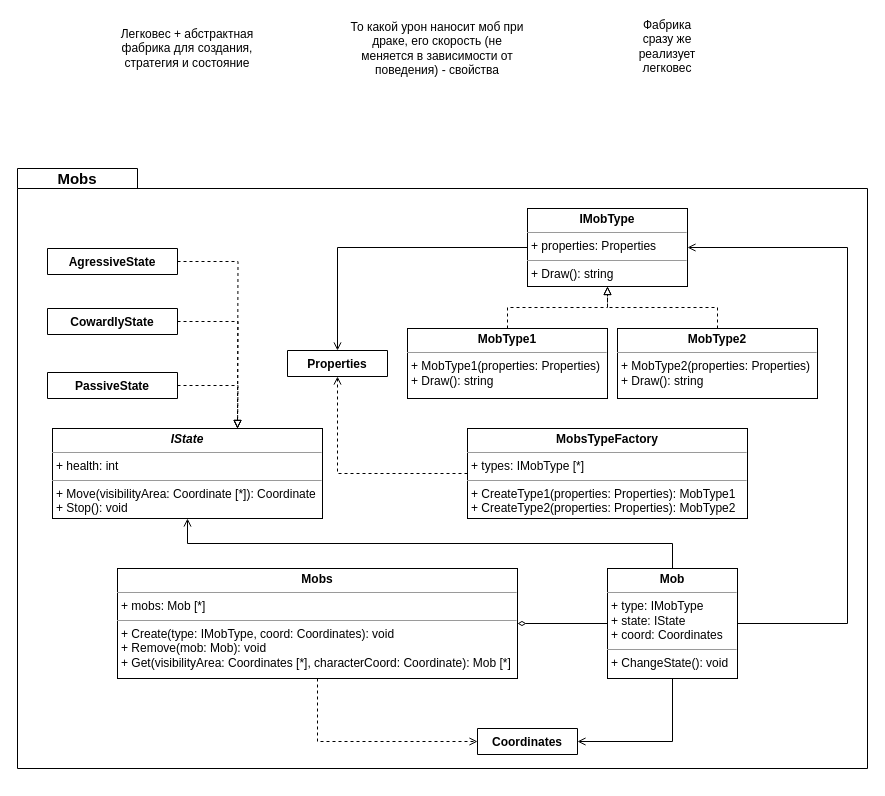
This is page "Mobs" (4 of 8) of Roguelike/roguelike.drawio from victoriafomina/Software-Design, a draw.io file, before an edit. Source tidied: cells renumbered, new cells numbered last; positions are measured from the earlier drawing's top-left corner, leaving out a move shared by most shapes. Both pictures are drawn from the tidied source at 100%, with x=0, y=0 at pixel (17, 18).
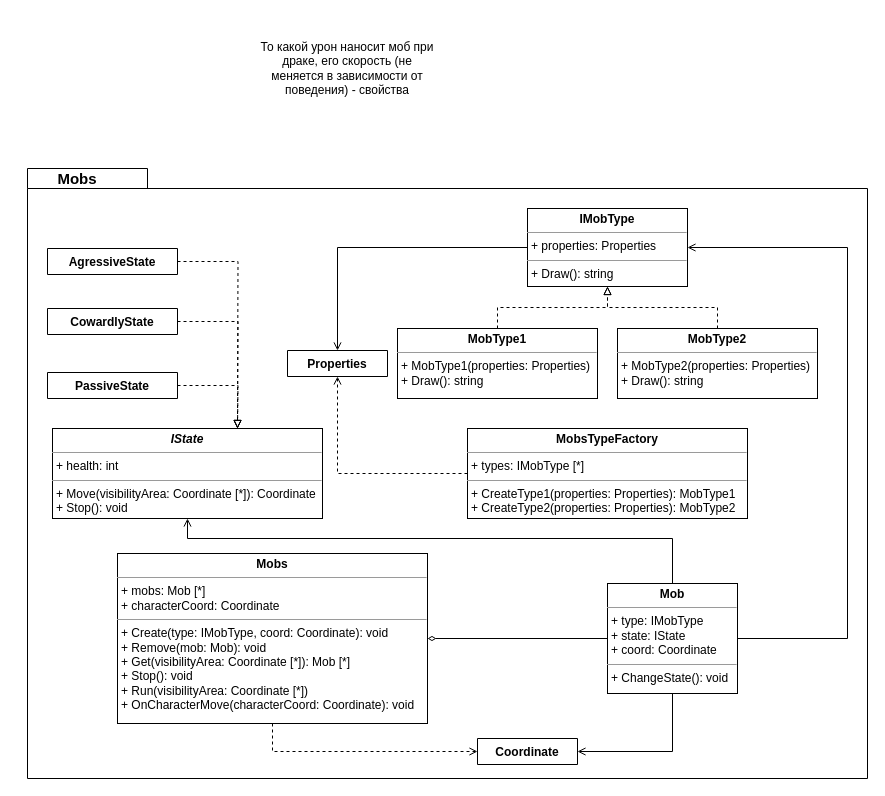
The same page after the edit.

Unchanged cells that the change refers to:
```xml
<mxCell id="6" value="&lt;p style=&quot;margin: 0px ; margin-top: 4px ; text-align: center&quot;&gt;&lt;i&gt;&lt;b&gt;IState&lt;/b&gt;&lt;/i&gt;&lt;/p&gt;&lt;hr size=&quot;1&quot;&gt;&lt;p style=&quot;margin: 0px ; margin-left: 4px&quot;&gt;+ health: int&lt;/p&gt;&lt;hr size=&quot;1&quot;&gt;&lt;p style=&quot;margin: 0px ; margin-left: 4px&quot;&gt;+ Move(visibilityArea: Coordinate [*]): Coordinate&lt;br&gt;+ Stop(): void&lt;/p&gt;" style="verticalAlign=top;align=left;overflow=fill;fontSize=12;fontFamily=Helvetica;html=1;" parent="1" vertex="1">
  <mxGeometry x="35" y="410" width="270" height="90" as="geometry" />
</mxCell>
<mxCell id="24" value="&lt;p style=&quot;margin: 0px ; margin-top: 4px ; text-align: center&quot;&gt;&lt;b&gt;IMobType&lt;/b&gt;&lt;/p&gt;&lt;hr size=&quot;1&quot;&gt;&lt;p style=&quot;margin: 0px ; margin-left: 4px&quot;&gt;+ properties: Properties&lt;/p&gt;&lt;hr size=&quot;1&quot;&gt;&lt;p style=&quot;margin: 0px ; margin-left: 4px&quot;&gt;+ Draw(): string&lt;/p&gt;" style="verticalAlign=top;align=left;overflow=fill;fontSize=12;fontFamily=Helvetica;html=1;" parent="1" vertex="1">
  <mxGeometry x="510" y="190" width="160" height="78" as="geometry" />
</mxCell>
```

The edit, as a diff of the source:
```diff
@@
     <mxCell id="2" style="shape=folder;fontStyle=1;spacingTop=10;tabWidth=120;tabHeight=20;tabPosition=left;html=1;fontSize=15;" parent="1" vertex="1">
-      <mxGeometry y="150" width="850" height="600" as="geometry" />
+      <mxGeometry x="10" y="150" width="840" height="610" as="geometry" />
     </mxCell>
@@
-    <mxCell id="4" value="Легковес + абстрактная фабрика для создания,&lt;br&gt;стратегия и состояние" style="text;html=1;strokeColor=none;fillColor=none;align=center;verticalAlign=middle;whiteSpace=wrap;rounded=0;fontSize=12;" parent="1" vertex="1">
-      <mxGeometry x="90" width="160" height="60" as="geometry" />
-    </mxCell>
     <mxCell id="5" value="То какой урон наносит моб при драке, его скорость (не меняется в зависимости от поведения) - свойства" style="text;html=1;strokeColor=none;fillColor=none;align=center;verticalAlign=middle;whiteSpace=wrap;rounded=0;" parent="1" vertex="1">
-      <mxGeometry x="330" width="180" height="60" as="geometry" />
+      <mxGeometry x="240" y="20" width="180" height="60" as="geometry" />
     </mxCell>
@@
-    <mxCell id="8" value="Coordinates" style="swimlane;fontStyle=1;align=center;verticalAlign=top;horizontal=1;startSize=26;" parent="1" vertex="1" collapsed="1">
-      <mxGeometry x="460" y="710" width="100" height="26" as="geometry" />
+    <mxCell id="8" value="Coordinate" style="swimlane;fontStyle=1;align=center;verticalAlign=top;horizontal=1;startSize=26;" parent="1" vertex="1" collapsed="1">
+      <mxGeometry x="460" y="720" width="100" height="26" as="geometry" />
     </mxCell>
@@
     <mxCell id="12" value="&lt;p style=&quot;margin: 0px ; margin-top: 4px ; text-align: center&quot;&gt;&lt;b&gt;MobType1&lt;/b&gt;&lt;/p&gt;&lt;hr size=&quot;1&quot;&gt;&lt;p style=&quot;margin: 0px ; margin-left: 4px&quot;&gt;+ MobType1(properties: Properties)&lt;br&gt;+ Draw(): string&lt;/p&gt;" style="verticalAlign=top;align=left;overflow=fill;fontSize=12;fontFamily=Helvetica;html=1;" parent="1" vertex="1">
-      <mxGeometry x="390" y="310" width="200" height="70" as="geometry" />
+      <mxGeometry x="380" y="310" width="200" height="70" as="geometry" />
     </mxCell>
@@
-    <mxCell id="15" value="Фабрика сразу же реализует легковес" style="text;html=1;strokeColor=none;fillColor=none;align=center;verticalAlign=middle;whiteSpace=wrap;rounded=0;" parent="1" vertex="1">
-      <mxGeometry x="610" width="80" height="55" as="geometry" />
-    </mxCell>
@@
-    <mxCell id="18" value="&lt;p style=&quot;margin: 0px ; margin-top: 4px ; text-align: center&quot;&gt;&lt;b&gt;Mobs&lt;/b&gt;&lt;/p&gt;&lt;hr size=&quot;1&quot;&gt;&lt;p style=&quot;margin: 0px ; margin-left: 4px&quot;&gt;+ mobs: Mob [*]&lt;/p&gt;&lt;hr size=&quot;1&quot;&gt;&lt;p style=&quot;margin: 0px ; margin-left: 4px&quot;&gt;+ Create(type: IMobType, coord: Coordinates): void&lt;/p&gt;&lt;p style=&quot;margin: 0px ; margin-left: 4px&quot;&gt;+ Remove(mob: Mob): void&lt;br&gt;+ Get(visibilityArea: Coordinates [*], characterCoord: Coordinate): Mob [*]&lt;/p&gt;" style="verticalAlign=top;align=left;overflow=fill;fontSize=12;fontFamily=Helvetica;html=1;" parent="1" vertex="1">
-      <mxGeometry x="100" y="550" width="400" height="110" as="geometry" />
+    <mxCell id="18" value="&lt;p style=&quot;margin: 0px ; margin-top: 4px ; text-align: center&quot;&gt;&lt;b&gt;Mobs&lt;/b&gt;&lt;/p&gt;&lt;hr size=&quot;1&quot;&gt;&lt;p style=&quot;margin: 0px ; margin-left: 4px&quot;&gt;+ mobs: Mob [*]&lt;br&gt;+ characterCoord: Coordinate&lt;/p&gt;&lt;hr size=&quot;1&quot;&gt;&lt;p style=&quot;margin: 0px ; margin-left: 4px&quot;&gt;+ Create(type: IMobType, coord: Coordinate): void&lt;/p&gt;&lt;p style=&quot;margin: 0px ; margin-left: 4px&quot;&gt;+ Remove(mob: Mob): void&lt;br&gt;+ Get(visibilityArea: Coordinate [*]): Mob [*]&lt;br&gt;+ Stop(): void&lt;/p&gt;&lt;p style=&quot;margin: 0px ; margin-left: 4px&quot;&gt;+ Run(visibilityArea: Coordinate [*])&lt;br&gt;+ OnCharacterMove(characterCoord: Coordinate): void&lt;/p&gt;" style="verticalAlign=top;align=left;overflow=fill;fontSize=12;fontFamily=Helvetica;html=1;" parent="1" vertex="1">
+      <mxGeometry x="100" y="535" width="310" height="170" as="geometry" />
     </mxCell>
@@
     <mxCell id="20" style="edgeStyle=orthogonalEdgeStyle;rounded=0;jettySize=auto;html=1;exitX=1;exitY=0.5;exitDx=0;exitDy=0;entryX=1;entryY=0.5;entryDx=0;entryDy=0;fontSize=12;startArrow=none;startFill=0;endArrow=open;endFill=0;" parent="1" edge="1" source="22" target="24">
       <mxGeometry relative="1" as="geometry">
         <Array as="points">
-          <mxPoint x="830" y="605" />
+          <mxPoint x="830" y="620" />
           <mxPoint x="830" y="229" />
         </Array>
       </mxGeometry>
     </mxCell>
     <mxCell id="21" style="edgeStyle=orthogonalEdgeStyle;rounded=0;jettySize=auto;html=1;exitX=0.5;exitY=0;exitDx=0;exitDy=0;entryX=0.5;entryY=1;entryDx=0;entryDy=0;fontSize=12;startArrow=none;startFill=0;endArrow=open;endFill=0;" parent="1" edge="1" source="22" target="6">
-      <mxGeometry relative="1" as="geometry" />
+      <mxGeometry relative="1" as="geometry">
+        <Array as="points">
+          <mxPoint x="655" y="520" />
+          <mxPoint x="170" y="520" />
+        </Array>
+      </mxGeometry>
     </mxCell>
-    <mxCell id="22" value="&lt;p style=&quot;margin: 0px ; margin-top: 4px ; text-align: center&quot;&gt;&lt;b&gt;Mob&lt;/b&gt;&lt;/p&gt;&lt;hr size=&quot;1&quot;&gt;&lt;p style=&quot;margin: 0px ; margin-left: 4px&quot;&gt;+ type: IMobType&lt;br&gt;+ state: IState&lt;br&gt;+ coord: Coordinates&lt;/p&gt;&lt;hr size=&quot;1&quot;&gt;&lt;p style=&quot;margin: 0px ; margin-left: 4px&quot;&gt;+ ChangeState(): void&lt;/p&gt;" style="verticalAlign=top;align=left;overflow=fill;fontSize=12;fontFamily=Helvetica;html=1;" parent="1" vertex="1">
-      <mxGeometry x="590" y="550" width="130" height="110" as="geometry" />
+    <mxCell id="22" value="&lt;p style=&quot;margin: 0px ; margin-top: 4px ; text-align: center&quot;&gt;&lt;b&gt;Mob&lt;/b&gt;&lt;/p&gt;&lt;hr size=&quot;1&quot;&gt;&lt;p style=&quot;margin: 0px ; margin-left: 4px&quot;&gt;+ type: IMobType&lt;br&gt;+ state: IState&lt;br&gt;+ coord: Coordinate&lt;/p&gt;&lt;hr size=&quot;1&quot;&gt;&lt;p style=&quot;margin: 0px ; margin-left: 4px&quot;&gt;+ ChangeState(): void&lt;/p&gt;" style="verticalAlign=top;align=left;overflow=fill;fontSize=12;fontFamily=Helvetica;html=1;" parent="1" vertex="1">
+      <mxGeometry x="590" y="565" width="130" height="110" as="geometry" />
     </mxCell>
```
